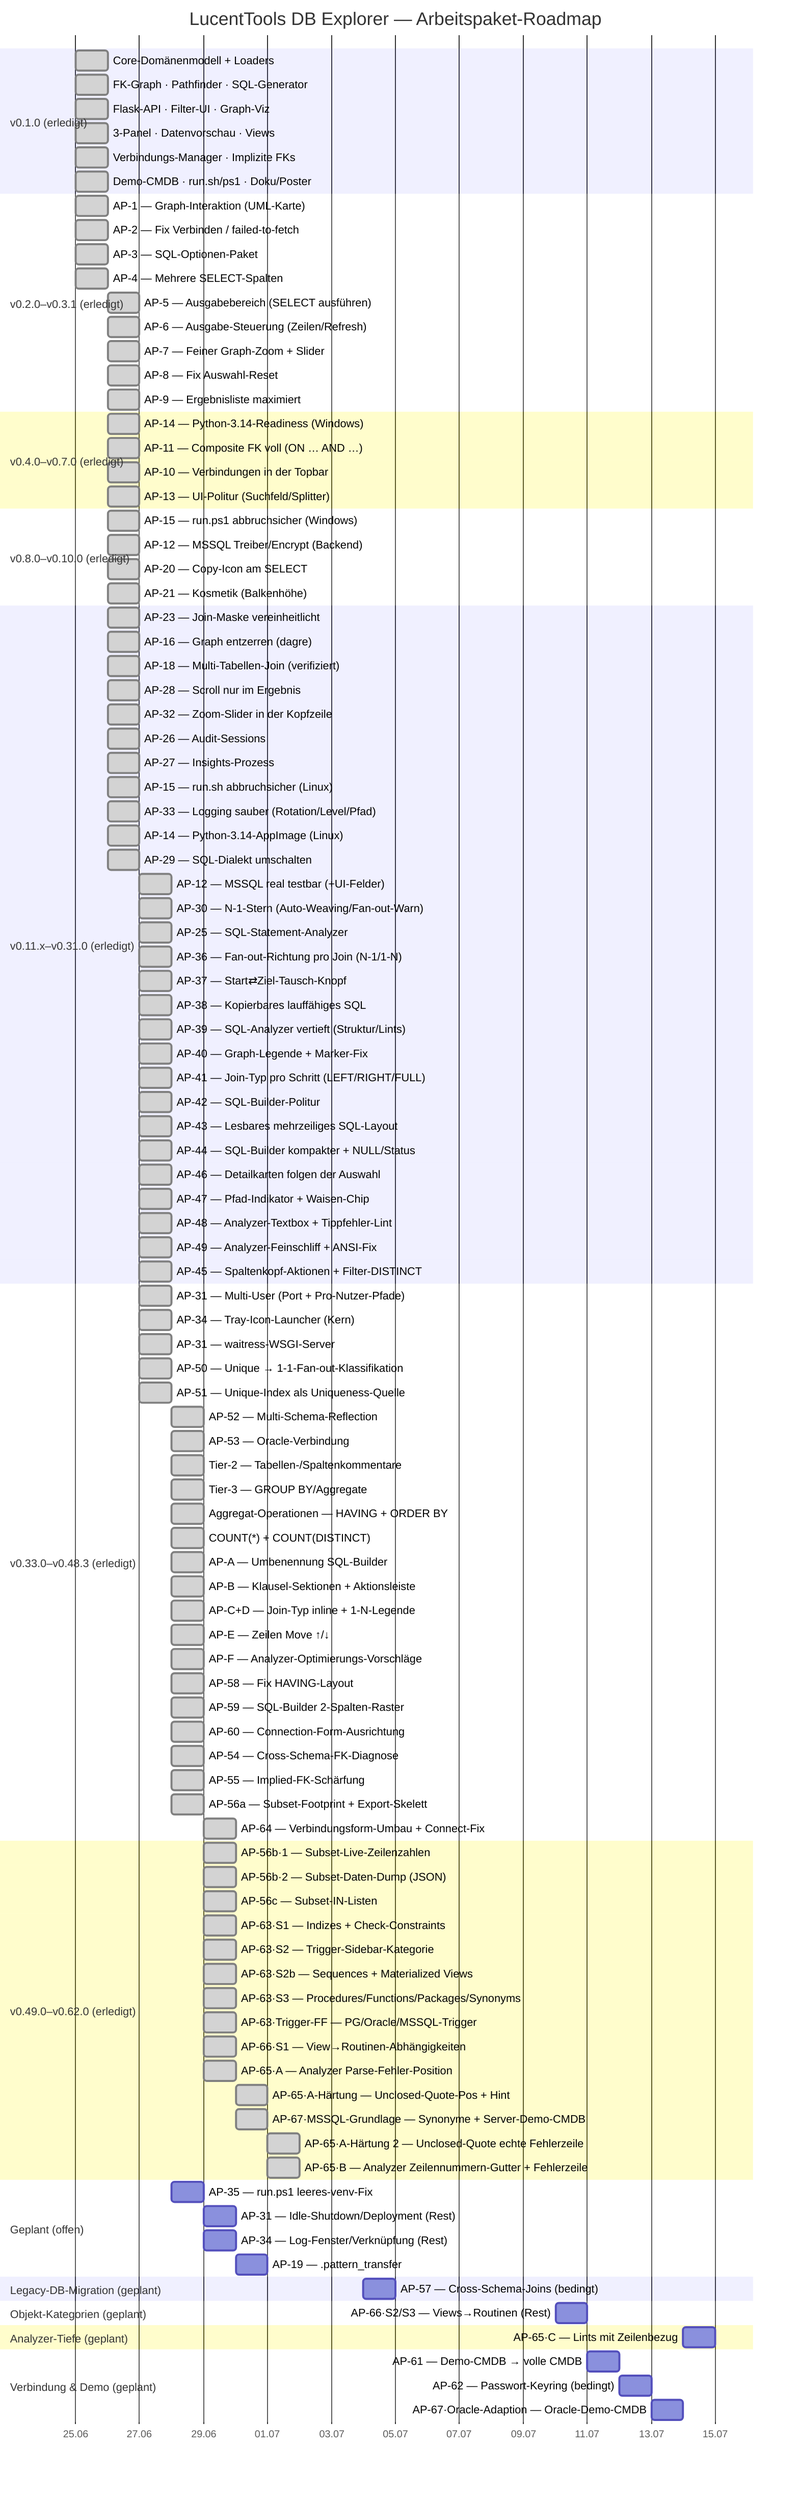
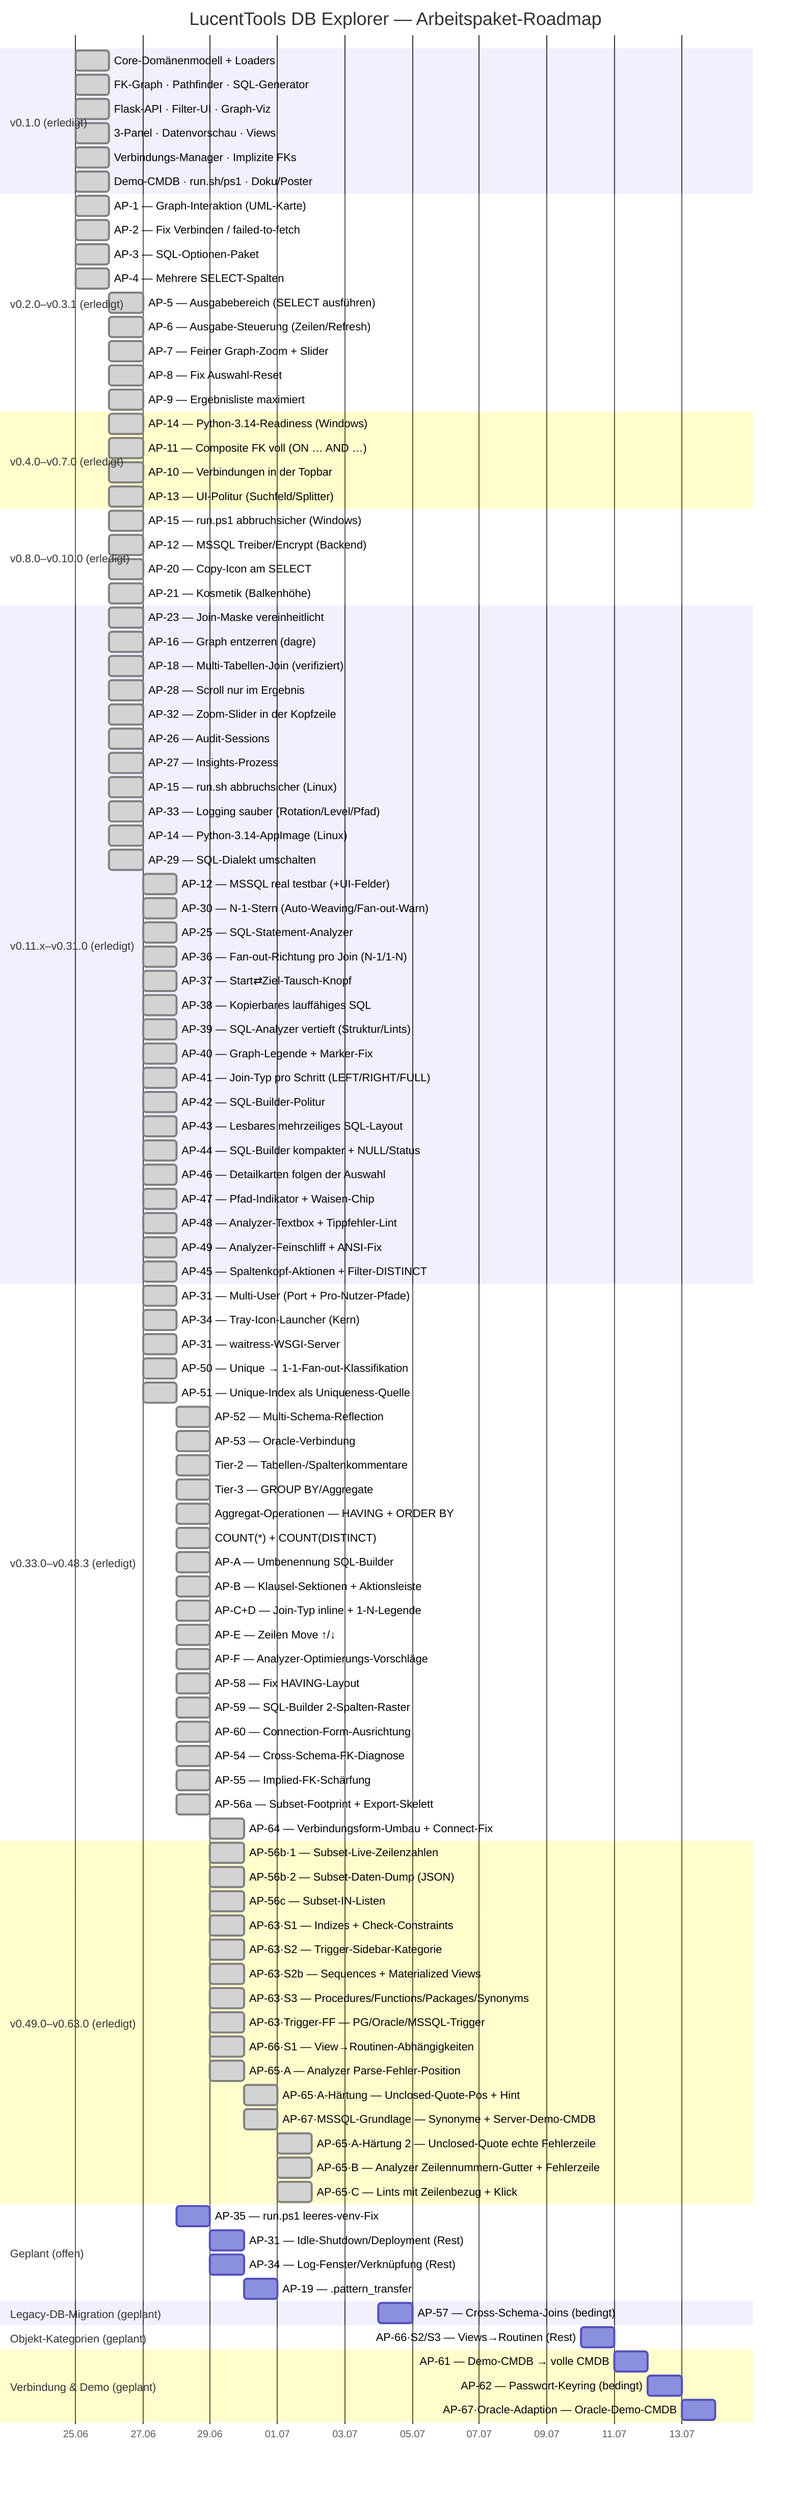
gantt
    title LucentTools DB Explorer — Arbeitspaket-Roadmap
    dateFormat  YYYY-MM-DD
    axisFormat  %d.%m

    section v0.1.0 (erledigt)
    Core-Domänenmodell + Loaders          :done, d1, 2026-06-25, 1d
    FK-Graph · Pathfinder · SQL-Generator :done, d2, 2026-06-25, 1d
    Flask-API · Filter-UI · Graph-Viz     :done, d3, 2026-06-25, 1d
    3-Panel · Datenvorschau · Views       :done, d4, 2026-06-25, 1d
    Verbindungs-Manager · Implizite FKs   :done, d5, 2026-06-25, 1d
    Demo-CMDB · run.sh/ps1 · Doku/Poster  :done, d6, 2026-06-25, 1d

    section v0.2.0–v0.3.1 (erledigt)
    AP-1 — Graph-Interaktion (UML-Karte)        :done, a1, 2026-06-25, 1d
    AP-2 — Fix Verbinden / failed-to-fetch      :done, a2, 2026-06-25, 1d
    AP-3 — SQL-Optionen-Paket                   :done, a3, 2026-06-25, 1d
    AP-4 — Mehrere SELECT-Spalten               :done, a4, 2026-06-25, 1d
    AP-5 — Ausgabebereich (SELECT ausführen)    :done, a5, 2026-06-26, 1d
    AP-6 — Ausgabe-Steuerung (Zeilen/Refresh)   :done, a6, 2026-06-26, 1d
    AP-7 — Feiner Graph-Zoom + Slider           :done, a7, 2026-06-26, 1d
    AP-8 — Fix Auswahl-Reset                    :done, a8, 2026-06-26, 1d
    AP-9 — Ergebnisliste maximiert              :done, a9, 2026-06-26, 1d

    section v0.4.0–v0.7.0 (erledigt)
    AP-14 — Python-3.14-Readiness (Windows)     :done, b1, 2026-06-26, 1d
    AP-11 — Composite FK voll (ON … AND …)      :done, b2, 2026-06-26, 1d
    AP-10 — Verbindungen in der Topbar          :done, b3, 2026-06-26, 1d
    AP-13 — UI-Politur (Suchfeld/Splitter)      :done, b4, 2026-06-26, 1d

    section v0.8.0–v0.10.0 (erledigt)
    AP-15 — run.ps1 abbruchsicher (Windows)     :done, c1, 2026-06-26, 1d
    AP-12 — MSSQL Treiber/Encrypt (Backend)     :done, c2, 2026-06-26, 1d
    AP-20 — Copy-Icon am SELECT                 :done, c3, 2026-06-26, 1d
    AP-21 — Kosmetik (Balkenhöhe)               :done, c4, 2026-06-26, 1d

    section v0.11.x–v0.31.0 (erledigt)
    AP-23 — Join-Maske vereinheitlicht          :done, e1, 2026-06-26, 1d
    AP-16 — Graph entzerren (dagre)             :done, e2, 2026-06-26, 1d
    AP-18 — Multi-Tabellen-Join (verifiziert)   :done, e3, 2026-06-26, 1d
    AP-28 — Scroll nur im Ergebnis              :done, e4, 2026-06-26, 1d
    AP-32 — Zoom-Slider in der Kopfzeile        :done, e5, 2026-06-26, 1d
    AP-26 — Audit-Sessions                      :done, e6, 2026-06-26, 1d
    AP-27 — Insights-Prozess                    :done, e7, 2026-06-26, 1d
    AP-15 — run.sh abbruchsicher (Linux)        :done, e8, 2026-06-26, 1d
    AP-33 — Logging sauber (Rotation/Level/Pfad) :done, e9, 2026-06-26, 1d
    AP-14 — Python-3.14-AppImage (Linux)         :done, e10, 2026-06-26, 1d
    AP-29 — SQL-Dialekt umschalten               :done, e11, 2026-06-26, 1d
    AP-12 — MSSQL real testbar (+UI-Felder)      :done, e12, 2026-06-27, 1d
    AP-30 — N-1-Stern (Auto-Weaving/Fan-out-Warn) :done, e13, 2026-06-27, 1d
    AP-25 — SQL-Statement-Analyzer               :done, e14, 2026-06-27, 1d
    AP-36 — Fan-out-Richtung pro Join (N-1/1-N)  :done, e15, 2026-06-27, 1d
    AP-37 — Start⇄Ziel-Tausch-Knopf              :done, e16, 2026-06-27, 1d
    AP-38 — Kopierbares lauffähiges SQL          :done, e17, 2026-06-27, 1d
    AP-39 — SQL-Analyzer vertieft (Struktur/Lints) :done, e18, 2026-06-27, 1d
    AP-40 — Graph-Legende + Marker-Fix           :done, e19, 2026-06-27, 1d
    AP-41 — Join-Typ pro Schritt (LEFT/RIGHT/FULL) :done, e20, 2026-06-27, 1d
    AP-42 — SQL-Builder-Politur                 :done, e21, 2026-06-27, 1d
    AP-43 — Lesbares mehrzeiliges SQL-Layout      :done, e22, 2026-06-27, 1d
    AP-44 — SQL-Builder kompakter + NULL/Status :done, e23, 2026-06-27, 1d
    AP-46 — Detailkarten folgen der Auswahl       :done, e24, 2026-06-27, 1d
    AP-47 — Pfad-Indikator + Waisen-Chip         :done, e25, 2026-06-27, 1d
    AP-48 — Analyzer-Textbox + Tippfehler-Lint   :done, e26, 2026-06-27, 1d
    AP-49 — Analyzer-Feinschliff + ANSI-Fix       :done, e27, 2026-06-27, 1d
    AP-45 — Spaltenkopf-Aktionen + Filter-DISTINCT :done, e28, 2026-06-27, 1d

    section v0.33.0–v0.48.3 (erledigt)
    AP-31 — Multi-User (Port + Pro-Nutzer-Pfade) :done, f1, 2026-06-27, 1d
    AP-34 — Tray-Icon-Launcher (Kern)            :done, f2, 2026-06-27, 1d
    AP-31 — waitress-WSGI-Server                 :done, f3, 2026-06-27, 1d
    AP-50 — Unique → 1-1-Fan-out-Klassifikation  :done, f4, 2026-06-27, 1d
    AP-51 — Unique-Index als Uniqueness-Quelle   :done, f5, 2026-06-27, 1d
    AP-52 — Multi-Schema-Reflection              :done, f6, 2026-06-28, 1d
    AP-53 — Oracle-Verbindung                    :done, f7, 2026-06-28, 1d
    Tier-2 — Tabellen-/Spaltenkommentare         :done, f8, 2026-06-28, 1d
    Tier-3 — GROUP BY/Aggregate                  :done, f9, 2026-06-28, 1d
    Aggregat-Operationen — HAVING + ORDER BY     :done, f10, 2026-06-28, 1d
    COUNT(*) + COUNT(DISTINCT)                   :done, f11, 2026-06-28, 1d
    AP-A — Umbenennung SQL-Builder               :done, f12, 2026-06-28, 1d
    AP-B — Klausel-Sektionen + Aktionsleiste     :done, f13, 2026-06-28, 1d
    AP-C+D — Join-Typ inline + 1-N-Legende       :done, f14, 2026-06-28, 1d
    AP-E — Zeilen Move ↑/↓                        :done, f15, 2026-06-28, 1d
    AP-F — Analyzer-Optimierungs-Vorschläge      :done, f16, 2026-06-28, 1d
    AP-58 — Fix HAVING-Layout                    :done, f17, 2026-06-28, 1d
    AP-59 — SQL-Builder 2-Spalten-Raster        :done, f18, 2026-06-28, 1d
    AP-60 — Connection-Form-Ausrichtung         :done, f19, 2026-06-28, 1d
    AP-54 — Cross-Schema-FK-Diagnose            :done, f20, 2026-06-28, 1d
    AP-55 — Implied-FK-Schärfung                :done, f21, 2026-06-28, 1d
    AP-56a — Subset-Footprint + Export-Skelett   :done, f22, 2026-06-28, 1d
    AP-64 — Verbindungsform-Umbau + Connect-Fix  :done, f23, 2026-06-29, 1d

-     section v0.49.0–v0.62.0 (erledigt)
+     section v0.49.0–v0.63.0 (erledigt)
    AP-56b·1 — Subset-Live-Zeilenzahlen         :done, f24, 2026-06-29, 1d
    AP-56b·2 — Subset-Daten-Dump (JSON)         :done, f25, 2026-06-29, 1d
    AP-56c — Subset-IN-Listen                   :done, f26, 2026-06-29, 1d
    AP-63·S1 — Indizes + Check-Constraints      :done, f27, 2026-06-29, 1d
    AP-63·S2 — Trigger-Sidebar-Kategorie        :done, f28, 2026-06-29, 1d
    AP-63·S2b — Sequences + Materialized Views  :done, f29, 2026-06-29, 1d
    AP-63·S3 — Procedures/Functions/Packages/Synonyms :done, f30, 2026-06-29, 1d
    AP-63·Trigger-FF — PG/Oracle/MSSQL-Trigger  :done, f31, 2026-06-29, 1d
    AP-66·S1 — View→Routinen-Abhängigkeiten     :done, f32, 2026-06-29, 1d
    AP-65·A — Analyzer Parse-Fehler-Position    :done, f33, 2026-06-29, 1d
    AP-65·A-Härtung — Unclosed-Quote-Pos + Hint :done, f34, 2026-06-30, 1d
    AP-67·MSSQL-Grundlage — Synonyme + Server-Demo-CMDB :done, f35, 2026-06-30, 1d
    AP-65·A-Härtung 2 — Unclosed-Quote echte Fehlerzeile :done, f36, 2026-07-01, 1d
    AP-65·B — Analyzer Zeilennummern-Gutter + Fehlerzeile :done, f37, 2026-07-01, 1d
+     AP-65·C — Lints mit Zeilenbezug + Klick :done, f38, 2026-07-01, 1d

    section Geplant (offen)
    AP-35 — run.ps1 leeres-venv-Fix             :p3, 2026-06-28, 1d
    AP-31 — Idle-Shutdown/Deployment (Rest)     :p5, 2026-06-29, 1d
    AP-34 — Log-Fenster/Verknüpfung (Rest)      :p6, 2026-06-29, 1d
    AP-19 — .pattern_transfer                   :p11, 2026-06-30, 1d

    section Legacy-DB-Migration (geplant)
    AP-57 — Cross-Schema-Joins (bedingt)        :p23, 2026-07-04, 1d

    section Objekt-Kategorien (geplant)
    AP-66·S2/S3 — Views→Routinen (Rest)         :p33, 2026-07-10, 1d

    section Analyzer-Tiefe (geplant)
-     AP-65·C — Lints mit Zeilenbezug             :p36, 2026-07-14, 1d

    section Verbindung & Demo (geplant)
    AP-61 — Demo-CMDB → volle CMDB              :p41, 2026-07-11, 1d
    AP-62 — Passwort-Keyring (bedingt)          :p42, 2026-07-12, 1d
    AP-67·Oracle-Adaption — Oracle-Demo-CMDB    :p43, 2026-07-13, 1d
